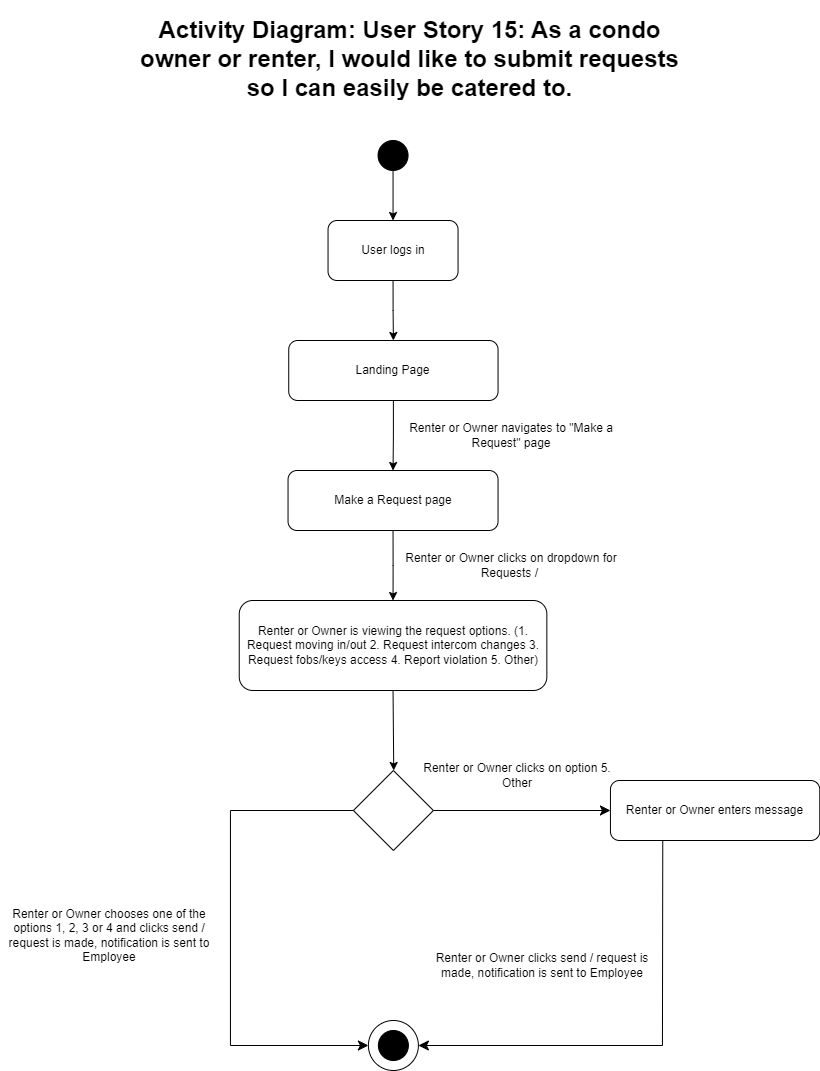
Before: documentation/diagrams/Activity_Diagrams/Requests.png, a diagram exported from draw.io (amczuboka/Decagon-CondoManagementSystem). Source tidied: cells renumbered, new cells last; positions are measured from the earlier drawing's top-left corner, leaving out a move shared by most shapes. Its diagram source:
```xml
<mxGraphModel>
  <root>
    <mxCell id="0" />
    <mxCell id="1" parent="0" />
    <mxCell id="2" value="&lt;h1&gt;Activity Diagram: User Story 15: As a condo owner or renter, I would like to submit requests so I can easily be catered to.&lt;/h1&gt;" style="text;html=1;spacing=5;spacingTop=-20;whiteSpace=wrap;overflow=hidden;rounded=0;align=center;" parent="1" vertex="1">
      <mxGeometry x="120.9" width="577.4" height="90" as="geometry" />
    </mxCell>
    <mxCell id="3" style="ellipse;whiteSpace=wrap;html=1;fillColor=#000000;" parent="1" vertex="1">
      <mxGeometry x="377.6" y="130" width="30" height="30" as="geometry" />
    </mxCell>
    <mxCell id="4" style="edgeStyle=orthogonalEdgeStyle;rounded=0;jettySize=auto;html=1;exitX=0.5;exitY=1;exitDx=0;exitDy=0;entryX=0.5;entryY=0;entryDx=0;entryDy=0;" parent="1" edge="1" source="5" target="7">
      <mxGeometry relative="1" as="geometry" />
    </mxCell>
    <mxCell id="5" value="Make a Request page" style="rounded=1;whiteSpace=wrap;html=1;" parent="1" vertex="1">
      <mxGeometry x="287.5" y="460" width="210" height="60" as="geometry" />
    </mxCell>
    <mxCell id="6" style="rounded=0;jettySize=auto;html=1;exitX=0.5;exitY=1;exitDx=0;exitDy=0;entryX=0.5;entryY=0;entryDx=0;entryDy=0;" parent="1" edge="1" source="7">
      <mxGeometry relative="1" as="geometry">
        <mxPoint x="393.2" y="760" as="targetPoint" />
      </mxGeometry>
    </mxCell>
    <mxCell id="7" value="Renter or Owner is viewing the request options. (1. Request moving in/out 2. Request intercom changes 3. Request fobs/keys access 4. Report violation 5. Other)" style="rounded=1;whiteSpace=wrap;html=1;" parent="1" vertex="1">
      <mxGeometry x="238.7" y="590" width="307.6" height="90" as="geometry" />
    </mxCell>
    <mxCell id="8" style="ellipse;whiteSpace=wrap;html=1;fillColor=default;fillStyle=dashed;" parent="1" vertex="1">
      <mxGeometry x="367.9" y="1010" width="50" height="50" as="geometry" />
    </mxCell>
    <mxCell id="9" style="ellipse;whiteSpace=wrap;html=1;fillColor=#000000;" parent="1" vertex="1">
      <mxGeometry x="377.9" y="1020" width="30" height="30" as="geometry" />
    </mxCell>
    <mxCell id="10" style="edgeStyle=orthogonalEdgeStyle;rounded=0;jettySize=auto;html=1;exitX=0.5;exitY=1;exitDx=0;exitDy=0;entryX=0.5;entryY=0;entryDx=0;entryDy=0;" parent="1" edge="1" source="11" target="5">
      <mxGeometry relative="1" as="geometry" />
    </mxCell>
    <mxCell id="11" value="Landing Page" style="rounded=1;whiteSpace=wrap;html=1;" parent="1" vertex="1">
      <mxGeometry x="288.2" y="330" width="209.3" height="60" as="geometry" />
    </mxCell>
    <mxCell id="12" value="Renter or Owner navigates to &quot;Make a Request&quot; page" style="text;html=1;strokeColor=none;fillColor=none;align=center;verticalAlign=middle;whiteSpace=wrap;rounded=0;" parent="1" vertex="1">
      <mxGeometry x="401.7" y="410" width="218.2" height="30" as="geometry" />
    </mxCell>
    <mxCell id="13" value="Renter or Owner clicks on dropdown for Requests /&amp;nbsp;" style="text;html=1;strokeColor=none;fillColor=none;align=center;verticalAlign=middle;whiteSpace=wrap;rounded=0;" parent="1" vertex="1">
      <mxGeometry x="401.7" y="540" width="218.2" height="30" as="geometry" />
    </mxCell>
    <mxCell id="14" style="rhombus;whiteSpace=wrap;html=1;" parent="1" vertex="1">
      <mxGeometry x="352.9" y="760" width="80" height="80" as="geometry" />
    </mxCell>
    <mxCell id="15" style="endArrow=classic;html=1;rounded=0;fontSize=12;startSize=8;endSize=8;exitX=1;exitY=0.5;exitDx=0;exitDy=0;" parent="1" edge="1" source="14">
      <mxGeometry relative="1" as="geometry">
        <mxPoint x="609.9" y="800" as="targetPoint" />
      </mxGeometry>
    </mxCell>
    <mxCell id="16" style="endArrow=classic;html=1;rounded=0;fontSize=12;startSize=8;endSize=8;exitX=0;exitY=0.5;exitDx=0;exitDy=0;entryX=0;entryY=0.5;entryDx=0;entryDy=0;" parent="1" edge="1" source="14" target="8">
      <mxGeometry relative="1" as="geometry">
        <Array as="points">
          <mxPoint x="229.9" y="800" />
          <mxPoint x="229.9" y="1035" />
        </Array>
      </mxGeometry>
    </mxCell>
    <mxCell id="17" value="Renter or Owner enters message" style="rounded=1;whiteSpace=wrap;html=1;" parent="1" vertex="1">
      <mxGeometry x="609.9" y="770" width="209.3" height="60" as="geometry" />
    </mxCell>
    <mxCell id="18" value="Renter or Owner clicks on option 5. Other" style="text;html=1;strokeColor=none;fillColor=none;align=center;verticalAlign=middle;whiteSpace=wrap;rounded=0;" parent="1" vertex="1">
      <mxGeometry x="407.9" y="750" width="218.2" height="30" as="geometry" />
    </mxCell>
    <mxCell id="19" value="Renter or Owner chooses one of the options 1, 2, 3 or 4 and clicks send / request is made, notification is sent to Employee" style="text;html=1;strokeColor=none;fillColor=none;align=center;verticalAlign=middle;whiteSpace=wrap;rounded=0;" parent="1" vertex="1">
      <mxGeometry x="-0.1" y="910" width="218.2" height="30" as="geometry" />
    </mxCell>
    <mxCell id="20" style="endArrow=classic;html=1;rounded=0;fontSize=12;startSize=8;endSize=8;exitX=0.25;exitY=1;exitDx=0;exitDy=0;entryX=1;entryY=0.5;entryDx=0;entryDy=0;" parent="1" edge="1" source="17" target="8">
      <mxGeometry relative="1" as="geometry">
        <Array as="points">
          <mxPoint x="661.9" y="1035" />
        </Array>
      </mxGeometry>
    </mxCell>
    <mxCell id="21" value="Renter or Owner clicks send / request is made, notification is sent to Employee" style="text;html=1;strokeColor=none;fillColor=none;align=center;verticalAlign=middle;whiteSpace=wrap;rounded=0;" parent="1" vertex="1">
      <mxGeometry x="432.9" y="940" width="218.2" height="30" as="geometry" />
    </mxCell>
    <mxCell id="22" value="User logs in" style="rounded=1;whiteSpace=wrap;html=1;" parent="1" vertex="1">
      <mxGeometry x="327.6" y="210" width="130" height="60" as="geometry" />
    </mxCell>
    <mxCell id="23" style="edgeStyle=orthogonalEdgeStyle;rounded=0;jettySize=auto;html=1;exitX=0.5;exitY=1;exitDx=0;exitDy=0;entryX=0.5;entryY=0;entryDx=0;entryDy=0;" parent="1" edge="1" source="3" target="22">
      <mxGeometry relative="1" as="geometry" />
    </mxCell>
    <mxCell id="24" style="edgeStyle=orthogonalEdgeStyle;rounded=0;jettySize=auto;html=1;exitX=0.5;exitY=1;exitDx=0;exitDy=0;entryX=0.5;entryY=0;entryDx=0;entryDy=0;" parent="1" edge="1" source="22" target="11">
      <mxGeometry relative="1" as="geometry" />
    </mxCell>
  </root>
</mxGraphModel>
```
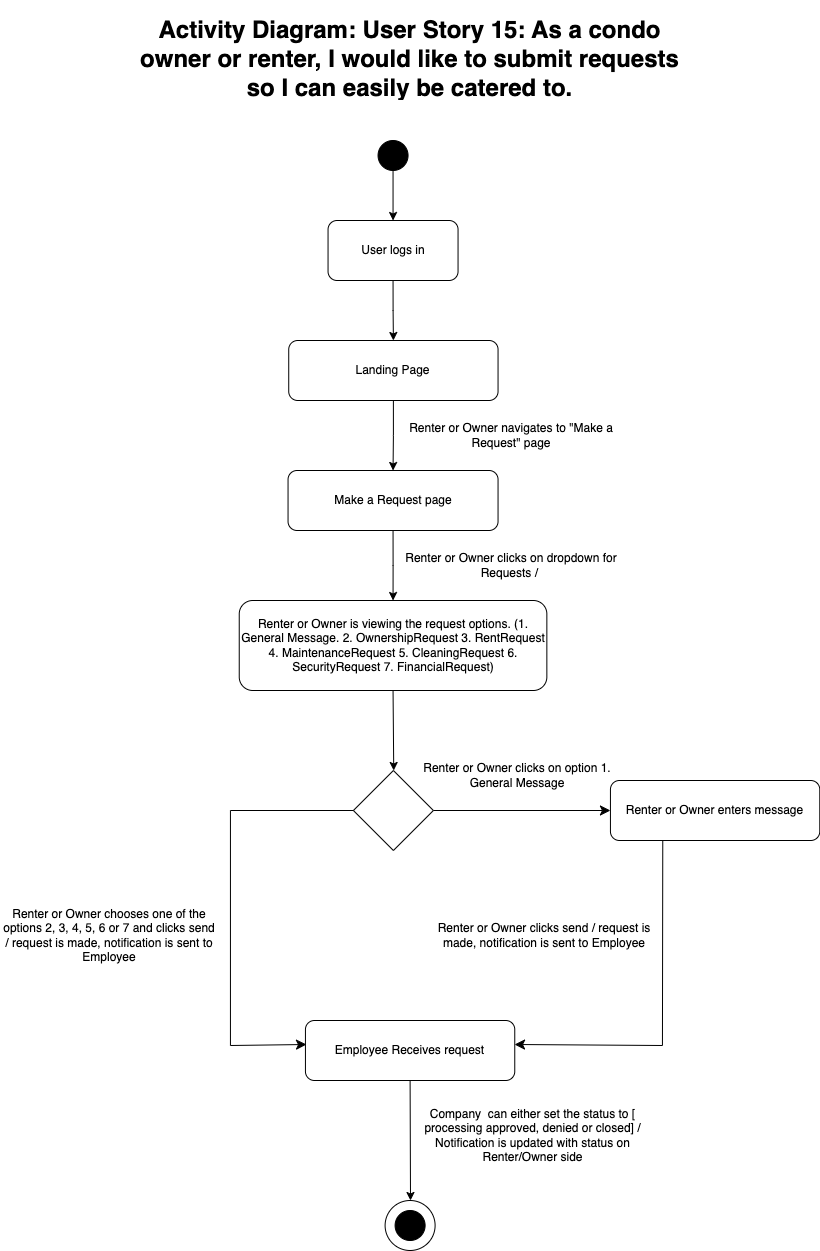
After the commit.

Change to the diagram source:
```diff
@@ -19,14 +19,14 @@
         <mxPoint x="393.2" y="760" as="targetPoint" />
       </mxGeometry>
     </mxCell>
-    <mxCell id="7" value="Renter or Owner is viewing the request options. (1. Request moving in/out 2. Request intercom changes 3. Request fobs/keys access 4. Report violation 5. Other)" style="rounded=1;whiteSpace=wrap;html=1;" parent="1" vertex="1">
+    <mxCell id="7" value="Renter or Owner is viewing the request options. (1. General Message. 2. OwnershipRequest 3. RentRequest 4. MaintenanceRequest 5. CleaningRequest 6. SecurityRequest 7. FinancialRequest)" style="rounded=1;whiteSpace=wrap;html=1;" parent="1" vertex="1">
       <mxGeometry x="238.7" y="590" width="307.6" height="90" as="geometry" />
     </mxCell>
     <mxCell id="8" style="ellipse;whiteSpace=wrap;html=1;fillColor=default;fillStyle=dashed;" parent="1" vertex="1">
-      <mxGeometry x="367.9" y="1010" width="50" height="50" as="geometry" />
+      <mxGeometry x="384.6" y="1190" width="50" height="50" as="geometry" />
     </mxCell>
     <mxCell id="9" style="ellipse;whiteSpace=wrap;html=1;fillColor=#000000;" parent="1" vertex="1">
-      <mxGeometry x="377.9" y="1020" width="30" height="30" as="geometry" />
+      <mxGeometry x="394.6" y="1200" width="30" height="30" as="geometry" />
     </mxCell>
     <mxCell id="10" style="edgeStyle=orthogonalEdgeStyle;rounded=0;jettySize=auto;html=1;exitX=0.5;exitY=1;exitDx=0;exitDy=0;entryX=0.5;entryY=0;entryDx=0;entryDy=0;" parent="1" edge="1" source="11" target="5">
       <mxGeometry relative="1" as="geometry" />
@@ -48,7 +48,7 @@
         <mxPoint x="609.9" y="800" as="targetPoint" />
       </mxGeometry>
     </mxCell>
-    <mxCell id="16" style="endArrow=classic;html=1;rounded=0;fontSize=12;startSize=8;endSize=8;exitX=0;exitY=0.5;exitDx=0;exitDy=0;entryX=0;entryY=0.5;entryDx=0;entryDy=0;" parent="1" edge="1" source="14" target="8">
+    <mxCell id="16" style="endArrow=classic;html=1;rounded=0;fontSize=12;startSize=8;endSize=8;exitX=0;exitY=0.5;exitDx=0;exitDy=0;entryX=0.005;entryY=0.4;entryDx=0;entryDy=0;entryPerimeter=0;" parent="1" edge="1" source="14" target="25">
       <mxGeometry relative="1" as="geometry">
         <Array as="points">
           <mxPoint x="229.9" y="800" />
@@ -59,13 +59,13 @@
     <mxCell id="17" value="Renter or Owner enters message" style="rounded=1;whiteSpace=wrap;html=1;" parent="1" vertex="1">
       <mxGeometry x="609.9" y="770" width="209.3" height="60" as="geometry" />
     </mxCell>
-    <mxCell id="18" value="Renter or Owner clicks on option 5. Other" style="text;html=1;strokeColor=none;fillColor=none;align=center;verticalAlign=middle;whiteSpace=wrap;rounded=0;" parent="1" vertex="1">
+    <mxCell id="18" value="Renter or Owner clicks on option 1. General Message" style="text;html=1;strokeColor=none;fillColor=none;align=center;verticalAlign=middle;whiteSpace=wrap;rounded=0;" parent="1" vertex="1">
       <mxGeometry x="407.9" y="750" width="218.2" height="30" as="geometry" />
     </mxCell>
-    <mxCell id="19" value="Renter or Owner chooses one of the options 1, 2, 3 or 4 and clicks send / request is made, notification is sent to Employee" style="text;html=1;strokeColor=none;fillColor=none;align=center;verticalAlign=middle;whiteSpace=wrap;rounded=0;" parent="1" vertex="1">
+    <mxCell id="19" value="Renter or Owner chooses one of the options 2, 3, 4, 5, 6 or 7 and clicks send / request is made, notification is sent to Employee" style="text;html=1;strokeColor=none;fillColor=none;align=center;verticalAlign=middle;whiteSpace=wrap;rounded=0;" parent="1" vertex="1">
       <mxGeometry x="-0.1" y="910" width="218.2" height="30" as="geometry" />
     </mxCell>
-    <mxCell id="20" style="endArrow=classic;html=1;rounded=0;fontSize=12;startSize=8;endSize=8;exitX=0.25;exitY=1;exitDx=0;exitDy=0;entryX=1;entryY=0.5;entryDx=0;entryDy=0;" parent="1" edge="1" source="17" target="8">
+    <mxCell id="20" style="endArrow=classic;html=1;rounded=0;fontSize=12;startSize=8;endSize=8;exitX=0.25;exitY=1;exitDx=0;exitDy=0;entryX=0.999;entryY=0.4;entryDx=0;entryDy=0;entryPerimeter=0;" parent="1" edge="1" source="17" target="25">
       <mxGeometry relative="1" as="geometry">
         <Array as="points">
           <mxPoint x="661.9" y="1035" />
@@ -73,7 +73,7 @@
       </mxGeometry>
     </mxCell>
     <mxCell id="21" value="Renter or Owner clicks send / request is made, notification is sent to Employee" style="text;html=1;strokeColor=none;fillColor=none;align=center;verticalAlign=middle;whiteSpace=wrap;rounded=0;" parent="1" vertex="1">
-      <mxGeometry x="432.9" y="940" width="218.2" height="30" as="geometry" />
+      <mxGeometry x="434.6" y="910" width="218.2" height="30" as="geometry" />
     </mxCell>
     <mxCell id="22" value="User logs in" style="rounded=1;whiteSpace=wrap;html=1;" parent="1" vertex="1">
       <mxGeometry x="327.6" y="210" width="130" height="60" as="geometry" />
@@ -84,5 +84,16 @@
     <mxCell id="24" style="edgeStyle=orthogonalEdgeStyle;rounded=0;jettySize=auto;html=1;exitX=0.5;exitY=1;exitDx=0;exitDy=0;entryX=0.5;entryY=0;entryDx=0;entryDy=0;" parent="1" edge="1" source="22" target="11">
       <mxGeometry relative="1" as="geometry" />
     </mxCell>
+    <mxCell id="25" value="Employee Receives request" style="rounded=1;whiteSpace=wrap;html=1;" parent="1" vertex="1">
+      <mxGeometry x="304.9" y="1010" width="209.3" height="60" as="geometry" />
+    </mxCell>
+    <mxCell id="26" style="endArrow=classic;html=1;rounded=0;exitX=0.5;exitY=1;exitDx=0;exitDy=0;" parent="1" edge="1" source="25">
+      <mxGeometry relative="1" as="geometry">
+        <mxPoint x="410" y="1190" as="targetPoint" />
+      </mxGeometry>
+    </mxCell>
+    <mxCell id="27" value="Company&amp;nbsp; can either set the status to [ processing approved, denied or closed] / Notification is updated with status on Renter/Owner side" style="text;html=1;align=center;verticalAlign=middle;whiteSpace=wrap;rounded=0;" parent="1" vertex="1">
+      <mxGeometry x="407.9" y="1110" width="249.4" height="30" as="geometry" />
+    </mxCell>
   </root>
 </mxGraphModel>
```
